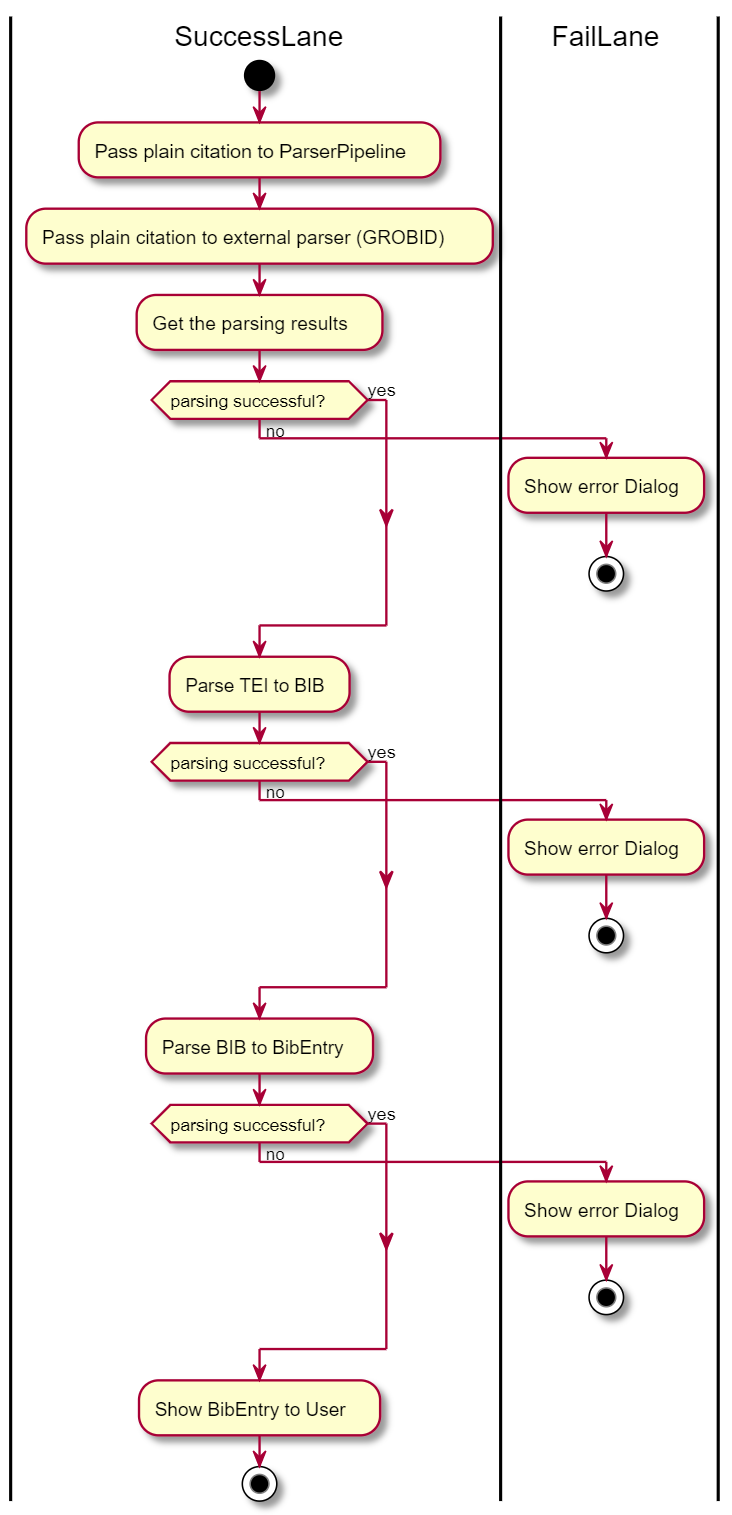
Before: docs/sweng/TechnicalDocumentation/ActivityDiagramTrackPlainEntry.PNG, a diagram exported from PlantUML (JabRef/jabref). Its source is kept beside it as docs/sweng/TechnicalDocumentation/ActivityDiagramTrackPlainEntry.puml.
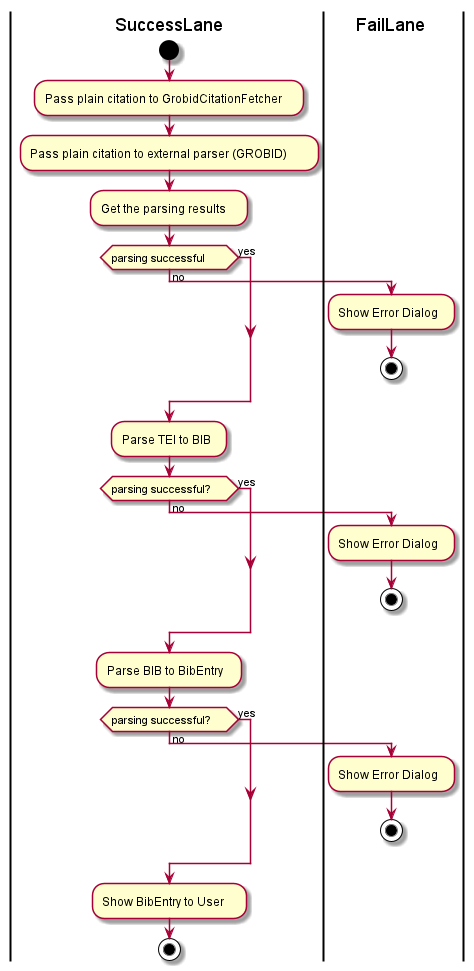
After the commit.

Commit message:
Update all documentation. ClassDiagramm must be updated (not finished yet)

Diff of the diagram source:
```diff
@@ -1,13 +1,13 @@
 @startuml
 |SuccessLane|
 start
-:Pass plain citation to ParserPipeline    ;
+:Pass plain citation to GrobidCitationFetcher    ;
 :Pass plain citation to external parser (GROBID)       ;
 :Get the parsing results    ;
-if (parsing successful?     ) then (yes)
+if (parsing successful       ) then (yes)
 else (no)
     |FailLane|
-    :Show error Dialog  ;
+    :Show Error Dialog  ;
     stop
 endif
 |SuccessLane|
@@ -15,7 +15,7 @@
 if (parsing successful?     ) then (yes)
 else (no)
     |FailLane|
-    :Show error Dialog  ;
+    :Show Error Dialog  ;
     stop
 endif
 |SuccessLane|
@@ -23,7 +23,7 @@
 if (parsing successful?     ) then (yes)
 else (no)
     |FailLane|
-    :Show error Dialog  ;
+    :Show Error Dialog  ;
     stop
 endif
 |SuccessLane|
```
